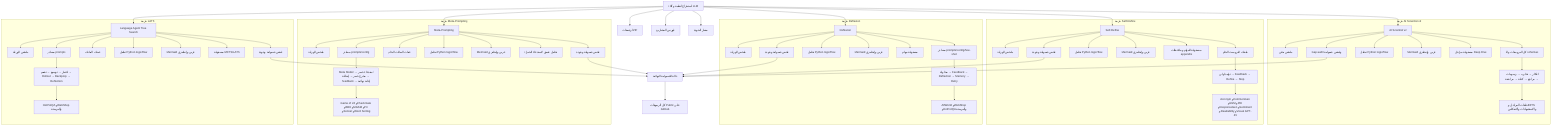
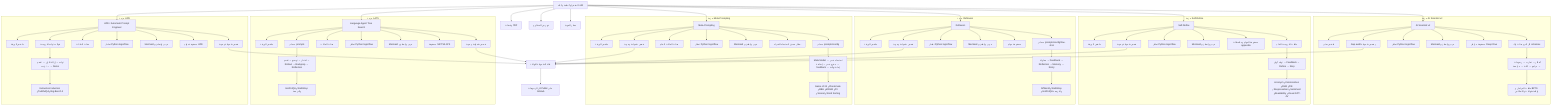
flowchart TD
  ROOT[استخراج أنظمة وكلاء LLM] --> AIS[AI Scientist v2]
  ROOT --> SR[Self-Refine]
  ROOT --> RX[Reflexion]
  ROOT --> MP[Meta-Prompting]
  ROOT --> LATS[Language Agent Tree Search]
+   ROOT --> APE[APE / Automatic Prompt Engineer]

  subgraph AIP[حزمة AI Scientist v2]
    AIS --> AI_SUM[ملخص بحثي]
    AIS --> AI_PROMPTS[كل البرومبتات والـ schemas]
    AIS --> AI_LOGIC[تحليل Python logic/flow]
    AIS --> AI_GRAPH[Mermaid عربي وإنجليزي]
    AIS --> AI_DEEP[مصفوفة مراحل Deep Dive]
    AIS --> AI_AUDIT[Gap audit وفحص شمولية]
    AI_PROMPTS --> AI_PHASES[أفكار → تجارب → رسومات → مراجع → كتابة → مراجعة]
    AI_PHASES --> AI_LOOPS[حلقات المراحل وBFTS والاستشهادات والانعكاس]
  end

  subgraph SRP[حزمة Self-Refine]
    SR --> SR_SUM[ملخص الورقة]
    SR --> SR_PROMPTS[ملفات البرومبت الخام]
    SR --> SR_LOGIC[تحليل Python logic/flow]
    SR --> SR_GRAPH[Mermaid عربي وإنجليزي]
    SR --> SR_DEEP[مصفوفة المهام وملاحظات appendix]
    SR --> SR_AUDIT[فحص شمولية وجودة]
    SR_PROMPTS --> SR_PHASES[توليد أولي → Feedback → Refine → Stop]
    SR_PHASES --> SR_TASKS[Acronym وCommonGen وGSM وPIE وResponseGen وSentiment وReadability وVisual GPT-4V]
  end

  subgraph RXP[حزمة Reflexion]
    RX --> RX_SUM[ملخص الورقة]
    RX --> RX_PROMPTS[مصادر prompts/config/few-shot]
    RX --> RX_LOGIC[تحليل Python logic/flow]
    RX --> RX_GRAPH[Mermaid عربي وإنجليزي]
    RX --> RX_DEEP[مصفوفة مهام]
    RX --> RX_AUDIT[فحص شمولية وجودة]
    RX_PROMPTS --> RX_PHASES[محاولة → Feedback → Reflection → Memory → Retry]
    RX_PHASES --> RX_TASKS[AlfWorld وWebShop وHotPotQA والبرمجة]
  end


  subgraph MPP[حزمة Meta-Prompting]
    MP --> MP_SUM[ملخص الورقة]
    MP --> MP_PROMPTS[مصادر prompts/config]
    MP --> MP_DATA[عينات البيانات الخام]
    MP --> MP_LOGIC[تحليل Python logic/flow]
    MP --> MP_GRAPH[Mermaid عربي وإنجليزي]
    MP --> MP_DEEP[تحليل عميق لاستدعاء الخبراء]
    MP --> MP_AUDIT[فحص شمولية وجودة]
    MP_PROMPTS --> MP_PHASES[Meta Model → استدعاء خبير → مخرج خبير → إضافة feedback → إجابة نهائية]
    MP_PHASES --> MP_TASKS[Game of 24 وCheckmate وBBH وMGSM وP3 وSonnet وWord Sorting]
  end


  subgraph LATSP[حزمة LATS]
    LATS --> LATS_SUM[ملخص الورقة]
    LATS --> LATS_PROMPTS[مصادر prompts]
    LATS --> LATS_DATA[عينات البيانات]
    LATS --> LATS_LOGIC[تحليل Python logic/flow]
    LATS --> LATS_GRAPH[Mermaid عربي وإنجليزي]
    LATS --> LATS_DEEP[مصفوفة MCTS/LATS]
    LATS --> LATS_AUDIT[فحص شمولية وجودة]
    LATS_PROMPTS --> LATS_PHASES[اختيار → توسيع → تقييم → Rollout → Backprop → Reflection]
    LATS_PHASES --> LATS_TASKS[HotPotQA وWebShop والبرمجة]
  end

+   subgraph APEP[حزمة APE]
+     APE --> APE_SUM[ملخص الورقة]
+     APE --> APE_PROMPTS[قوالب توليد البرومبت]
+     APE --> APE_DATA[عينات البيانات]
+     APE --> APE_LOGIC[تحليل Python logic/flow]
+     APE --> APE_GRAPH[Mermaid عربي وإنجليزي]
+     APE --> APE_DEEP[مصفوفة مهام APE]
+     APE --> APE_AUDIT[فحص شمولية وجودة]
+     APE_PROMPTS --> APE_PHASES[توليد → إزالة تكرار → تقييم → ترتيب → Demo]
+     APE_PHASES --> APE_TASKS[Instruction Induction وTruthfulQA وBig-Bench II]
+   end
+ 
  ROOT --> ARCH[أرشيفات ZIP]
  ROOT --> INDEX[فهرس المشاريع]
  ROOT --> STANDARD[معيار الجودة]

  AI_AUDIT --> FINAL[حالة الشمولية النهائية]
  SR_AUDIT --> FINAL
  RX_AUDIT --> FINAL
  MP_AUDIT --> FINAL
  LATS_AUDIT --> FINAL
+   APE_AUDIT --> FINAL
  FINAL --> PUBLIC[كل الريبوهات Public على GitHub]
+ 
